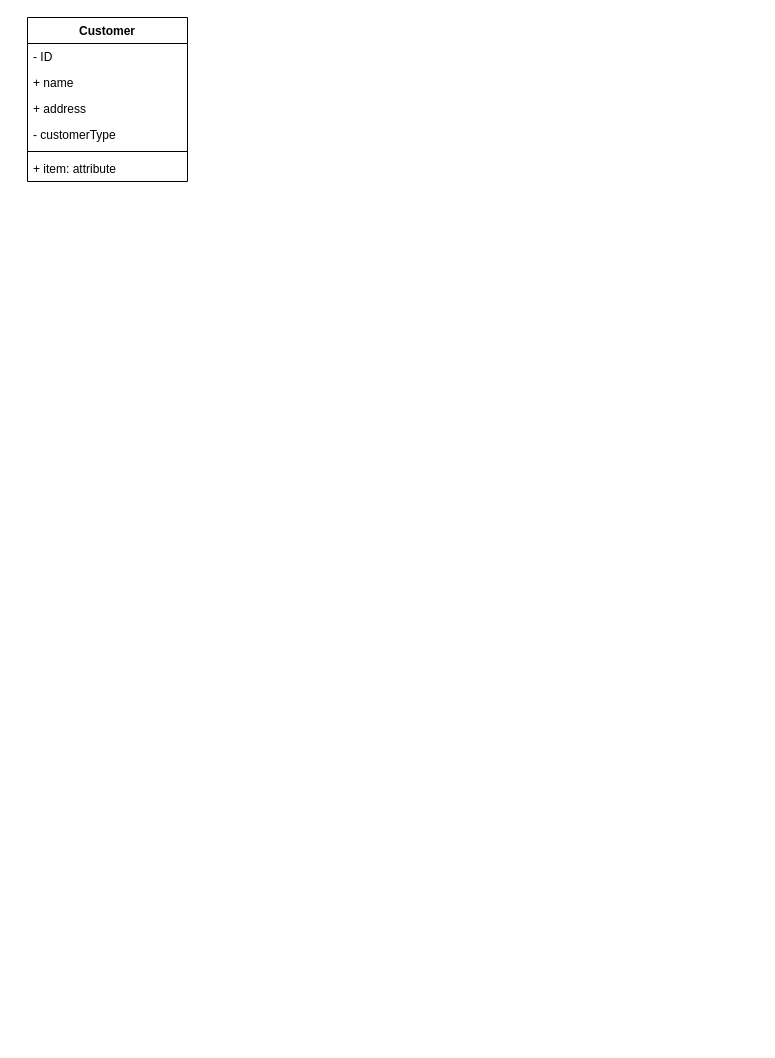
yayaer123/drawio_demo keeps this draw.io diagram as orders_Class.drawio. Above is the earlier version. Source tidied: cells renumbered, new cells numbered last; positions are measured from the earlier drawing's top-left corner, leaving out a move shared by most shapes. Both pictures are drawn from the tidied source at 100%, with x=0, y=0 at pixel (27, 17).
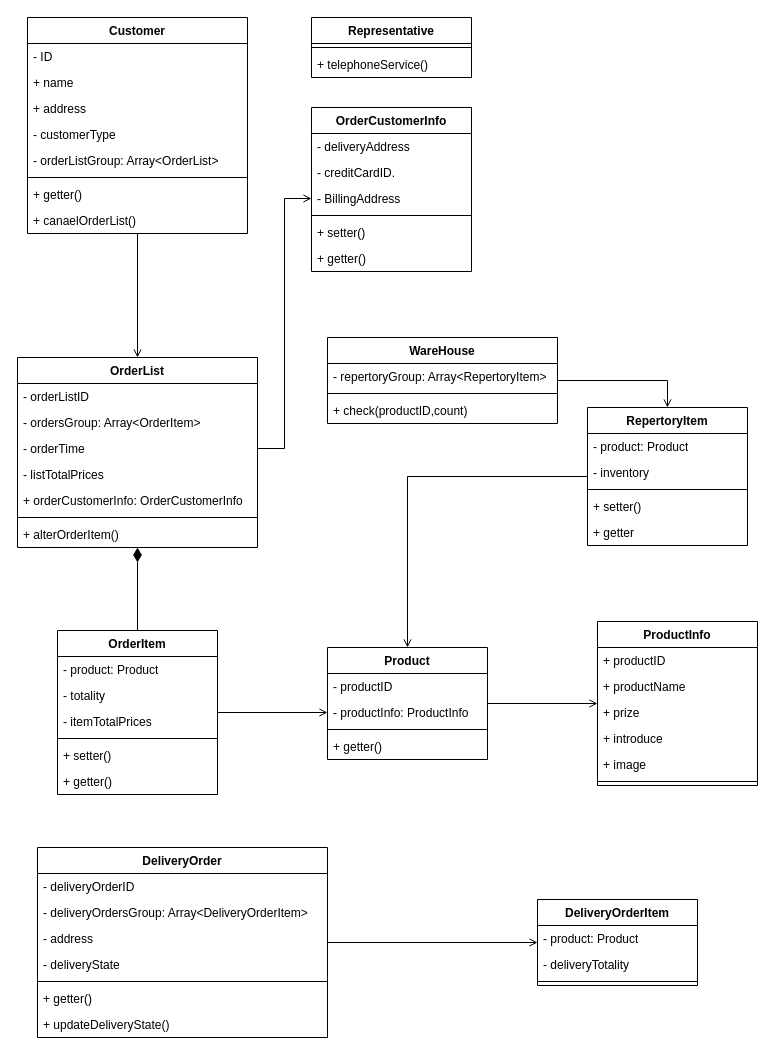
Above is the later version.

What changed in the source:
```diff
@@
+    <mxCell id="9" style="edgeStyle=orthogonalEdgeStyle;rounded=0;jettySize=auto;html=1;endArrow=open;endFill=0;" parent="1" edge="1" source="2" target="30">
+      <mxGeometry relative="1" as="geometry" />
+    </mxCell>
     <mxCell id="2" value="Customer" style="swimlane;fontStyle=1;align=center;verticalAlign=top;horizontal=1;startSize=26;whiteSpace=wrap;html=1;" parent="1" vertex="1">
-      <mxGeometry width="160" height="164" as="geometry" />
+      <mxGeometry width="220" height="216" as="geometry" />
     </mxCell>
     <mxCell id="3" value="- ID" style="text;strokeColor=none;fillColor=none;align=left;verticalAlign=top;spacingLeft=4;spacingRight=4;overflow=hidden;whiteSpace=wrap;html=1;" parent="2" vertex="1">
-      <mxGeometry y="26" width="160" height="26" as="geometry" />
+      <mxGeometry y="26" width="220" height="26" as="geometry" />
     </mxCell>
     <mxCell id="4" value="+ name" style="text;strokeColor=none;fillColor=none;align=left;verticalAlign=top;spacingLeft=4;spacingRight=4;overflow=hidden;whiteSpace=wrap;html=1;" parent="2" vertex="1">
-      <mxGeometry y="52" width="160" height="26" as="geometry" />
+      <mxGeometry y="52" width="220" height="26" as="geometry" />
     </mxCell>
     <mxCell id="5" value="+ address" style="text;strokeColor=none;fillColor=none;align=left;verticalAlign=top;spacingLeft=4;spacingRight=4;overflow=hidden;whiteSpace=wrap;html=1;" parent="2" vertex="1">
-      <mxGeometry y="78" width="160" height="26" as="geometry" />
+      <mxGeometry y="78" width="220" height="26" as="geometry" />
     </mxCell>
     <mxCell id="6" value="- customerType" style="text;strokeColor=none;fillColor=none;align=left;verticalAlign=top;spacingLeft=4;spacingRight=4;overflow=hidden;whiteSpace=wrap;html=1;" parent="2" vertex="1">
-      <mxGeometry y="104" width="160" height="26" as="geometry" />
+      <mxGeometry y="104" width="220" height="26" as="geometry" />
     </mxCell>
+    <mxCell id="10" value="- orderListGroup: Array&amp;lt;OrderList&amp;gt;" style="text;strokeColor=none;fillColor=none;align=left;verticalAlign=top;spacingLeft=4;spacingRight=4;overflow=hidden;whiteSpace=wrap;html=1;" parent="2" vertex="1">
+      <mxGeometry y="130" width="220" height="26" as="geometry" />
+    </mxCell>
     <mxCell id="7" style="line;strokeWidth=1;fillColor=none;align=left;verticalAlign=middle;spacingTop=-1;spacingLeft=3;spacingRight=3;labelPosition=right;strokeColor=inherit;" parent="2" vertex="1">
-      <mxGeometry y="130" width="160" height="8" as="geometry" />
+      <mxGeometry y="156" width="220" height="8" as="geometry" />
     </mxCell>
-    <mxCell id="8" value="+ item: attribute" style="text;strokeColor=none;fillColor=none;align=left;verticalAlign=top;spacingLeft=4;spacingRight=4;overflow=hidden;whiteSpace=wrap;html=1;" parent="2" vertex="1">
-      <mxGeometry y="138" width="160" height="26" as="geometry" />
-    </mxCell>
+    <mxCell id="11" value="+ getter()" style="text;strokeColor=none;fillColor=none;align=left;verticalAlign=top;spacingLeft=4;spacingRight=4;overflow=hidden;whiteSpace=wrap;html=1;" parent="2" vertex="1">
+      <mxGeometry y="164" width="220" height="26" as="geometry" />
+    </mxCell>
+    <mxCell id="12" value="+ canaelOrderList()" style="text;strokeColor=none;fillColor=none;align=left;verticalAlign=top;spacingLeft=4;spacingRight=4;overflow=hidden;whiteSpace=wrap;html=1;" parent="2" vertex="1">
+      <mxGeometry y="190" width="220" height="26" as="geometry" />
+    </mxCell>
+    <mxCell id="13" value="Representative" style="swimlane;fontStyle=1;align=center;verticalAlign=top;horizontal=1;startSize=26;whiteSpace=wrap;html=1;" parent="1" vertex="1">
+      <mxGeometry x="284" width="160" height="60" as="geometry" />
+    </mxCell>
+    <mxCell id="14" style="line;strokeWidth=1;fillColor=none;align=left;verticalAlign=middle;spacingTop=-1;spacingLeft=3;spacingRight=3;labelPosition=right;strokeColor=inherit;" parent="13" vertex="1">
+      <mxGeometry y="26" width="160" height="8" as="geometry" />
+    </mxCell>
+    <mxCell id="15" value="+ telephoneService()" style="text;strokeColor=none;fillColor=none;align=left;verticalAlign=top;spacingLeft=4;spacingRight=4;overflow=hidden;whiteSpace=wrap;html=1;" parent="13" vertex="1">
+      <mxGeometry y="34" width="160" height="26" as="geometry" />
+    </mxCell>
+    <mxCell id="16" style="edgeStyle=orthogonalEdgeStyle;rounded=0;jettySize=auto;html=1;endArrow=open;endFill=0;startSize=6;endSize=6;" parent="1" edge="1" source="17" target="22">
+      <mxGeometry relative="1" as="geometry" />
+    </mxCell>
+    <mxCell id="17" value="Product" style="swimlane;fontStyle=1;align=center;verticalAlign=top;horizontal=1;startSize=26;whiteSpace=wrap;html=1;" parent="1" vertex="1">
+      <mxGeometry x="300" y="630" width="160" height="112" as="geometry" />
+    </mxCell>
+    <mxCell id="18" value="- productID" style="text;strokeColor=none;fillColor=none;align=left;verticalAlign=top;spacingLeft=4;spacingRight=4;overflow=hidden;whiteSpace=wrap;html=1;" parent="17" vertex="1">
+      <mxGeometry y="26" width="160" height="26" as="geometry" />
+    </mxCell>
+    <mxCell id="19" value="- productInfo: ProductInfo" style="text;strokeColor=none;fillColor=none;align=left;verticalAlign=top;spacingLeft=4;spacingRight=4;overflow=hidden;points=[[0,0.5],[1,0.5]];portConstraint=eastwest;whiteSpace=wrap;html=1;" parent="17" vertex="1">
+      <mxGeometry y="52" width="160" height="26" as="geometry" />
+    </mxCell>
+    <mxCell id="20" style="line;strokeWidth=1;fillColor=none;align=left;verticalAlign=middle;spacingTop=-1;spacingLeft=3;spacingRight=3;labelPosition=right;strokeColor=inherit;" parent="17" vertex="1">
+      <mxGeometry y="78" width="160" height="8" as="geometry" />
+    </mxCell>
+    <mxCell id="21" value="+ getter()" style="text;strokeColor=none;fillColor=none;align=left;verticalAlign=top;spacingLeft=4;spacingRight=4;overflow=hidden;whiteSpace=wrap;html=1;" parent="17" vertex="1">
+      <mxGeometry y="86" width="160" height="26" as="geometry" />
+    </mxCell>
+    <mxCell id="22" value="&lt;div style=&quot;text-align: left;&quot;&gt;&lt;span style=&quot;background-color: initial;&quot;&gt;ProductInfo&lt;/span&gt;&lt;/div&gt;" style="swimlane;fontStyle=1;align=center;verticalAlign=top;horizontal=1;startSize=26;whiteSpace=wrap;html=1;" parent="1" vertex="1">
+      <mxGeometry x="570" y="604" width="160" height="164" as="geometry" />
+    </mxCell>
+    <mxCell id="23" value="+ productID" style="text;strokeColor=none;fillColor=none;align=left;verticalAlign=top;spacingLeft=4;spacingRight=4;overflow=hidden;whiteSpace=wrap;html=1;" parent="22" vertex="1">
+      <mxGeometry y="26" width="160" height="26" as="geometry" />
+    </mxCell>
+    <mxCell id="24" value="+ productName" style="text;strokeColor=none;fillColor=none;align=left;verticalAlign=top;spacingLeft=4;spacingRight=4;overflow=hidden;whiteSpace=wrap;html=1;" parent="22" vertex="1">
+      <mxGeometry y="52" width="160" height="26" as="geometry" />
+    </mxCell>
+    <mxCell id="25" value="+ prize" style="text;strokeColor=none;fillColor=none;align=left;verticalAlign=top;spacingLeft=4;spacingRight=4;overflow=hidden;whiteSpace=wrap;html=1;" parent="22" vertex="1">
+      <mxGeometry y="78" width="160" height="26" as="geometry" />
+    </mxCell>
+    <mxCell id="26" value="+ introduce" style="text;strokeColor=none;fillColor=none;align=left;verticalAlign=top;spacingLeft=4;spacingRight=4;overflow=hidden;whiteSpace=wrap;html=1;" parent="22" vertex="1">
+      <mxGeometry y="104" width="160" height="26" as="geometry" />
+    </mxCell>
+    <mxCell id="27" value="+ image" style="text;strokeColor=none;fillColor=none;align=left;verticalAlign=top;spacingLeft=4;spacingRight=4;overflow=hidden;whiteSpace=wrap;html=1;" parent="22" vertex="1">
+      <mxGeometry y="130" width="160" height="26" as="geometry" />
+    </mxCell>
+    <mxCell id="28" style="line;strokeWidth=1;fillColor=none;align=left;verticalAlign=middle;spacingTop=-1;spacingLeft=3;spacingRight=3;labelPosition=right;strokeColor=inherit;" parent="22" vertex="1">
+      <mxGeometry y="156" width="160" height="8" as="geometry" />
+    </mxCell>
+    <mxCell id="29" style="edgeStyle=orthogonalEdgeStyle;rounded=0;jettySize=auto;html=1;entryX=0.5;entryY=0;entryDx=0;entryDy=0;endArrow=none;endFill=0;startArrow=diamondThin;startFill=1;targetPerimeterSpacing=0;sourcePerimeterSpacing=0;endSize=6;startSize=12;" parent="1" edge="1" source="30" target="39">
+      <mxGeometry relative="1" as="geometry" />
+    </mxCell>
+    <mxCell id="30" value="OrderList" style="swimlane;fontStyle=1;align=center;verticalAlign=top;horizontal=1;startSize=26;whiteSpace=wrap;html=1;" parent="1" vertex="1">
+      <mxGeometry x="-10" y="340" width="240" height="190" as="geometry" />
+    </mxCell>
+    <mxCell id="31" value="- orderListID" style="text;strokeColor=none;fillColor=none;align=left;verticalAlign=top;spacingLeft=4;spacingRight=4;overflow=hidden;whiteSpace=wrap;html=1;" parent="30" vertex="1">
+      <mxGeometry y="26" width="240" height="26" as="geometry" />
+    </mxCell>
+    <mxCell id="32" value="- ordersGroup: Array&amp;lt;OrderItem&amp;gt;" style="text;strokeColor=none;fillColor=none;align=left;verticalAlign=top;spacingLeft=4;spacingRight=4;overflow=hidden;whiteSpace=wrap;html=1;" parent="30" vertex="1">
+      <mxGeometry y="52" width="240" height="26" as="geometry" />
+    </mxCell>
+    <mxCell id="33" value="- orderTime" style="text;strokeColor=none;fillColor=none;align=left;verticalAlign=top;spacingLeft=4;spacingRight=4;overflow=hidden;points=[[0,0.5],[1,0.5]];portConstraint=eastwest;whiteSpace=wrap;html=1;" parent="30" vertex="1">
+      <mxGeometry y="78" width="240" height="26" as="geometry" />
+    </mxCell>
+    <mxCell id="34" value="- listTotalPrices" style="text;strokeColor=none;fillColor=none;align=left;verticalAlign=top;spacingLeft=4;spacingRight=4;overflow=hidden;whiteSpace=wrap;html=1;" parent="30" vertex="1">
+      <mxGeometry y="104" width="240" height="26" as="geometry" />
+    </mxCell>
+    <mxCell id="35" value="+ orderCustomerInfo: OrderCustomerInfo" style="text;strokeColor=none;fillColor=none;align=left;verticalAlign=top;spacingLeft=4;spacingRight=4;overflow=hidden;whiteSpace=wrap;html=1;" parent="30" vertex="1">
+      <mxGeometry y="130" width="240" height="26" as="geometry" />
+    </mxCell>
+    <mxCell id="36" style="line;strokeWidth=1;fillColor=none;align=left;verticalAlign=middle;spacingTop=-1;spacingLeft=3;spacingRight=3;labelPosition=right;strokeColor=inherit;" parent="30" vertex="1">
+      <mxGeometry y="156" width="240" height="8" as="geometry" />
+    </mxCell>
+    <mxCell id="37" value="+ alterOrderItem()" style="text;strokeColor=none;fillColor=none;align=left;verticalAlign=top;spacingLeft=4;spacingRight=4;overflow=hidden;whiteSpace=wrap;html=1;" parent="30" vertex="1">
+      <mxGeometry y="164" width="240" height="26" as="geometry" />
+    </mxCell>
+    <mxCell id="38" style="edgeStyle=orthogonalEdgeStyle;rounded=0;jettySize=auto;html=1;endArrow=open;endFill=0;" parent="1" edge="1" source="39" target="19">
+      <mxGeometry relative="1" as="geometry" />
+    </mxCell>
+    <mxCell id="39" value="OrderItem" style="swimlane;fontStyle=1;align=center;verticalAlign=top;horizontal=1;startSize=26;whiteSpace=wrap;html=1;" parent="1" vertex="1">
+      <mxGeometry x="30" y="613" width="160" height="164" as="geometry" />
+    </mxCell>
+    <mxCell id="40" value="- product: Product" style="text;strokeColor=none;fillColor=none;align=left;verticalAlign=top;spacingLeft=4;spacingRight=4;overflow=hidden;whiteSpace=wrap;html=1;" parent="39" vertex="1">
+      <mxGeometry y="26" width="160" height="26" as="geometry" />
+    </mxCell>
+    <mxCell id="41" value="-&amp;nbsp;totality" style="text;strokeColor=none;fillColor=none;align=left;verticalAlign=top;spacingLeft=4;spacingRight=4;overflow=hidden;whiteSpace=wrap;html=1;" parent="39" vertex="1">
+      <mxGeometry y="52" width="160" height="26" as="geometry" />
+    </mxCell>
+    <mxCell id="42" value="- itemTotalPrices" style="text;strokeColor=none;fillColor=none;align=left;verticalAlign=top;spacingLeft=4;spacingRight=4;overflow=hidden;whiteSpace=wrap;html=1;" parent="39" vertex="1">
+      <mxGeometry y="78" width="160" height="26" as="geometry" />
+    </mxCell>
+    <mxCell id="43" style="line;strokeWidth=1;fillColor=none;align=left;verticalAlign=middle;spacingTop=-1;spacingLeft=3;spacingRight=3;labelPosition=right;strokeColor=inherit;" parent="39" vertex="1">
+      <mxGeometry y="104" width="160" height="8" as="geometry" />
+    </mxCell>
+    <mxCell id="44" value="+ setter()" style="text;strokeColor=none;fillColor=none;align=left;verticalAlign=top;spacingLeft=4;spacingRight=4;overflow=hidden;whiteSpace=wrap;html=1;" parent="39" vertex="1">
+      <mxGeometry y="112" width="160" height="26" as="geometry" />
+    </mxCell>
+    <mxCell id="45" value="+ getter()" style="text;strokeColor=none;fillColor=none;align=left;verticalAlign=top;spacingLeft=4;spacingRight=4;overflow=hidden;whiteSpace=wrap;html=1;" parent="39" vertex="1">
+      <mxGeometry y="138" width="160" height="26" as="geometry" />
+    </mxCell>
+    <mxCell id="46" value="&lt;span style=&quot;text-align: left;&quot;&gt;OrderCustomerInfo&lt;/span&gt;" style="swimlane;fontStyle=1;align=center;verticalAlign=top;horizontal=1;startSize=26;whiteSpace=wrap;html=1;" parent="1" vertex="1">
+      <mxGeometry x="284" y="90" width="160" height="164" as="geometry" />
+    </mxCell>
+    <mxCell id="47" value="- deliveryAddress" style="text;strokeColor=none;fillColor=none;align=left;verticalAlign=top;spacingLeft=4;spacingRight=4;overflow=hidden;whiteSpace=wrap;html=1;" parent="46" vertex="1">
+      <mxGeometry y="26" width="160" height="26" as="geometry" />
+    </mxCell>
+    <mxCell id="48" value="- creditCardID." style="text;strokeColor=none;fillColor=none;align=left;verticalAlign=top;spacingLeft=4;spacingRight=4;overflow=hidden;whiteSpace=wrap;html=1;" parent="46" vertex="1">
+      <mxGeometry y="52" width="160" height="26" as="geometry" />
+    </mxCell>
+    <mxCell id="49" value="- BillingAddress" style="text;strokeColor=none;fillColor=none;align=left;verticalAlign=top;spacingLeft=4;spacingRight=4;overflow=hidden;points=[[0,0.5],[1,0.5]];portConstraint=eastwest;whiteSpace=wrap;html=1;" parent="46" vertex="1">
+      <mxGeometry y="78" width="160" height="26" as="geometry" />
+    </mxCell>
+    <mxCell id="50" style="line;strokeWidth=1;fillColor=none;align=left;verticalAlign=middle;spacingTop=-1;spacingLeft=3;spacingRight=3;labelPosition=right;strokeColor=inherit;" parent="46" vertex="1">
+      <mxGeometry y="104" width="160" height="8" as="geometry" />
+    </mxCell>
+    <mxCell id="51" value="+ setter()" style="text;strokeColor=none;fillColor=none;align=left;verticalAlign=top;spacingLeft=4;spacingRight=4;overflow=hidden;whiteSpace=wrap;html=1;" parent="46" vertex="1">
+      <mxGeometry y="112" width="160" height="26" as="geometry" />
+    </mxCell>
+    <mxCell id="52" value="+ getter()" style="text;strokeColor=none;fillColor=none;align=left;verticalAlign=top;spacingLeft=4;spacingRight=4;overflow=hidden;whiteSpace=wrap;html=1;" parent="46" vertex="1">
+      <mxGeometry y="138" width="160" height="26" as="geometry" />
+    </mxCell>
+    <mxCell id="53" style="edgeStyle=orthogonalEdgeStyle;rounded=0;jettySize=auto;html=1;endArrow=open;endFill=0;" parent="1" edge="1" source="33" target="49">
+      <mxGeometry relative="1" as="geometry" />
+    </mxCell>
+    <mxCell id="54" style="edgeStyle=orthogonalEdgeStyle;rounded=0;jettySize=auto;html=1;endArrow=open;endFill=0;entryX=0.5;entryY=0;entryDx=0;entryDy=0;" parent="1" edge="1" source="55" target="60">
+      <mxGeometry relative="1" as="geometry" />
+    </mxCell>
+    <mxCell id="55" value="WareHouse" style="swimlane;fontStyle=1;align=center;verticalAlign=top;horizontal=1;startSize=26;whiteSpace=wrap;html=1;" parent="1" vertex="1">
+      <mxGeometry x="300" y="320" width="230" height="86" as="geometry" />
+    </mxCell>
+    <mxCell id="56" value="- repertoryGroup: Array&amp;lt;RepertoryItem&amp;gt;&amp;nbsp;" style="text;strokeColor=none;fillColor=none;align=left;verticalAlign=top;spacingLeft=4;spacingRight=4;overflow=hidden;whiteSpace=wrap;html=1;" parent="55" vertex="1">
+      <mxGeometry y="26" width="230" height="26" as="geometry" />
+    </mxCell>
+    <mxCell id="57" style="line;strokeWidth=1;fillColor=none;align=left;verticalAlign=middle;spacingTop=-1;spacingLeft=3;spacingRight=3;labelPosition=right;strokeColor=inherit;" parent="55" vertex="1">
+      <mxGeometry y="52" width="230" height="8" as="geometry" />
+    </mxCell>
+    <mxCell id="58" value="+ check(productID,count)" style="text;strokeColor=none;fillColor=none;align=left;verticalAlign=top;spacingLeft=4;spacingRight=4;overflow=hidden;whiteSpace=wrap;html=1;" parent="55" vertex="1">
+      <mxGeometry y="60" width="230" height="26" as="geometry" />
+    </mxCell>
+    <mxCell id="59" style="edgeStyle=orthogonalEdgeStyle;rounded=0;jettySize=auto;html=1;endArrow=open;endFill=0;" parent="1" edge="1" source="60" target="17">
+      <mxGeometry relative="1" as="geometry" />
+    </mxCell>
+    <mxCell id="60" value="RepertoryItem" style="swimlane;fontStyle=1;align=center;verticalAlign=top;horizontal=1;startSize=26;whiteSpace=wrap;html=1;" parent="1" vertex="1">
+      <mxGeometry x="560" y="390" width="160" height="138" as="geometry" />
+    </mxCell>
+    <mxCell id="61" value="- product: Product" style="text;strokeColor=none;fillColor=none;align=left;verticalAlign=top;spacingLeft=4;spacingRight=4;overflow=hidden;whiteSpace=wrap;html=1;" parent="60" vertex="1">
+      <mxGeometry y="26" width="160" height="26" as="geometry" />
+    </mxCell>
+    <mxCell id="62" value="-&amp;nbsp;&lt;span style=&quot;background-color: initial;&quot;&gt;inventory&lt;/span&gt;" style="text;strokeColor=none;fillColor=none;align=left;verticalAlign=top;spacingLeft=4;spacingRight=4;overflow=hidden;whiteSpace=wrap;html=1;" parent="60" vertex="1">
+      <mxGeometry y="52" width="160" height="26" as="geometry" />
+    </mxCell>
+    <mxCell id="63" style="line;strokeWidth=1;fillColor=none;align=left;verticalAlign=middle;spacingTop=-1;spacingLeft=3;spacingRight=3;labelPosition=right;strokeColor=inherit;" parent="60" vertex="1">
+      <mxGeometry y="78" width="160" height="8" as="geometry" />
+    </mxCell>
+    <mxCell id="64" value="+ setter()" style="text;strokeColor=none;fillColor=none;align=left;verticalAlign=top;spacingLeft=4;spacingRight=4;overflow=hidden;whiteSpace=wrap;html=1;" parent="60" vertex="1">
+      <mxGeometry y="86" width="160" height="26" as="geometry" />
+    </mxCell>
+    <mxCell id="65" value="+ getter" style="text;strokeColor=none;fillColor=none;align=left;verticalAlign=top;spacingLeft=4;spacingRight=4;overflow=hidden;whiteSpace=wrap;html=1;" parent="60" vertex="1">
+      <mxGeometry y="112" width="160" height="26" as="geometry" />
+    </mxCell>
+    <mxCell id="66" style="edgeStyle=orthogonalEdgeStyle;rounded=0;jettySize=auto;html=1;endArrow=open;endFill=0;" parent="1" edge="1" source="67" target="75">
+      <mxGeometry relative="1" as="geometry" />
+    </mxCell>
+    <mxCell id="67" value="DeliveryOrder" style="swimlane;fontStyle=1;align=center;verticalAlign=top;horizontal=1;startSize=26;whiteSpace=wrap;html=1;" parent="1" vertex="1">
+      <mxGeometry x="10" y="830" width="290" height="190" as="geometry" />
+    </mxCell>
+    <mxCell id="68" value="- deliveryOrderID" style="text;strokeColor=none;fillColor=none;align=left;verticalAlign=top;spacingLeft=4;spacingRight=4;overflow=hidden;whiteSpace=wrap;html=1;" parent="67" vertex="1">
+      <mxGeometry y="26" width="290" height="26" as="geometry" />
+    </mxCell>
+    <mxCell id="69" value="- deliveryOrdersGroup: Array&amp;lt;DeliveryOrderItem&amp;gt;" style="text;strokeColor=none;fillColor=none;align=left;verticalAlign=top;spacingLeft=4;spacingRight=4;overflow=hidden;whiteSpace=wrap;html=1;" parent="67" vertex="1">
+      <mxGeometry y="52" width="290" height="26" as="geometry" />
+    </mxCell>
+    <mxCell id="70" value="- address" style="text;strokeColor=none;fillColor=none;align=left;verticalAlign=top;spacingLeft=4;spacingRight=4;overflow=hidden;whiteSpace=wrap;html=1;" parent="67" vertex="1">
+      <mxGeometry y="78" width="290" height="26" as="geometry" />
+    </mxCell>
+    <mxCell id="71" value="- deliveryState" style="text;strokeColor=none;fillColor=none;align=left;verticalAlign=top;spacingLeft=4;spacingRight=4;overflow=hidden;whiteSpace=wrap;html=1;" parent="67" vertex="1">
+      <mxGeometry y="104" width="290" height="26" as="geometry" />
+    </mxCell>
+    <mxCell id="72" style="line;strokeWidth=1;fillColor=none;align=left;verticalAlign=middle;spacingTop=-1;spacingLeft=3;spacingRight=3;labelPosition=right;strokeColor=inherit;" parent="67" vertex="1">
+      <mxGeometry y="130" width="290" height="8" as="geometry" />
+    </mxCell>
+    <mxCell id="73" value="+ getter()" style="text;strokeColor=none;fillColor=none;align=left;verticalAlign=top;spacingLeft=4;spacingRight=4;overflow=hidden;whiteSpace=wrap;html=1;" parent="67" vertex="1">
+      <mxGeometry y="138" width="290" height="26" as="geometry" />
+    </mxCell>
+    <mxCell id="74" value="+ updateDeliveryState()" style="text;strokeColor=none;fillColor=none;align=left;verticalAlign=top;spacingLeft=4;spacingRight=4;overflow=hidden;whiteSpace=wrap;html=1;" parent="67" vertex="1">
+      <mxGeometry y="164" width="290" height="26" as="geometry" />
+    </mxCell>
+    <mxCell id="75" value="DeliveryOrderItem" style="swimlane;fontStyle=1;align=center;verticalAlign=top;horizontal=1;startSize=26;whiteSpace=wrap;html=1;" parent="1" vertex="1">
+      <mxGeometry x="510" y="882" width="160" height="86" as="geometry" />
+    </mxCell>
+    <mxCell id="76" value="- product: Product" style="text;strokeColor=none;fillColor=none;align=left;verticalAlign=top;spacingLeft=4;spacingRight=4;overflow=hidden;whiteSpace=wrap;html=1;" parent="75" vertex="1">
+      <mxGeometry y="26" width="160" height="26" as="geometry" />
+    </mxCell>
+    <mxCell id="77" value="- deliveryTotality" style="text;strokeColor=none;fillColor=none;align=left;verticalAlign=top;spacingLeft=4;spacingRight=4;overflow=hidden;whiteSpace=wrap;html=1;" parent="75" vertex="1">
+      <mxGeometry y="52" width="160" height="26" as="geometry" />
+    </mxCell>
+    <mxCell id="78" style="line;strokeWidth=1;fillColor=none;align=left;verticalAlign=middle;spacingTop=-1;spacingLeft=3;spacingRight=3;labelPosition=right;strokeColor=inherit;" parent="75" vertex="1">
+      <mxGeometry y="78" width="160" height="8" as="geometry" />
+    </mxCell>
```
